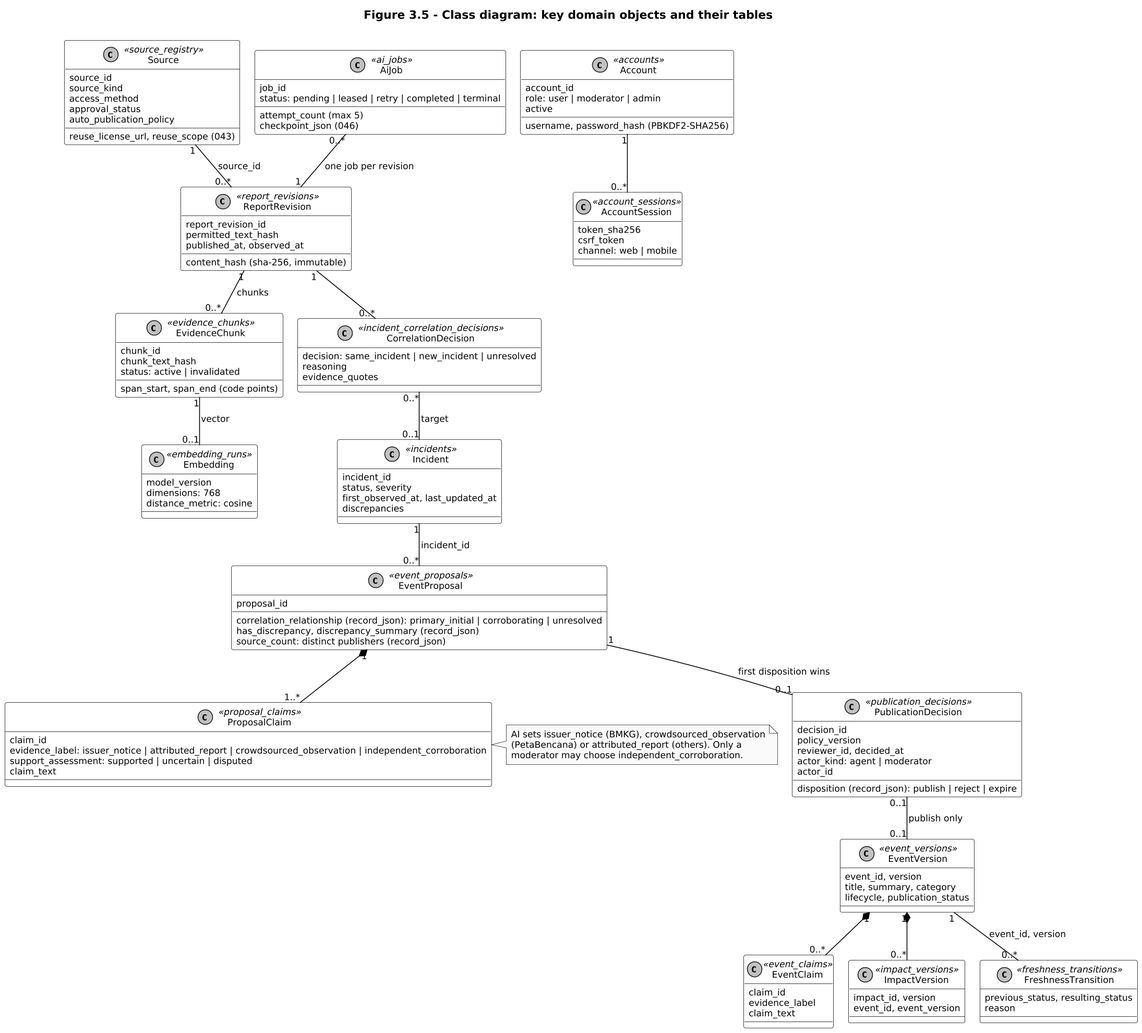
The PlantUML diagram docs/report/diagrams/rendered/fig-3-5-class.png in Asassinoooo/Waspada-Jakarta, before a commit. Its diagram source:
```plantuml
@startuml fig-3-5-class
!pragma layout smetana
skinparam dpi 150
skinparam monochrome true
skinparam shadowing false
skinparam defaultFontName Arial
skinparam defaultFontSize 11
skinparam classAttributeIconSize 0
skinparam class {
  BackgroundColor white
  BorderColor black
  ArrowColor black
}

title Figure 3.5 - Class diagram: key domain objects and their tables

class Source <<source_registry>> {
  source_id
  source_kind
  access_method
  approval_status
  auto_publication_policy
  reuse_license_url, reuse_scope (043)
}

class ReportRevision <<report_revisions>> {
  report_revision_id
  content_hash (sha-256, immutable)
  permitted_text_hash
  published_at, observed_at
}

class EvidenceChunk <<evidence_chunks>> {
  chunk_id
  span_start, span_end (code points)
  chunk_text_hash
  status: active | invalidated
}

class Embedding <<embedding_runs>> {
  model_version
  dimensions: 768
  distance_metric: cosine
}

class AiJob <<ai_jobs>> {
  job_id
  status: pending | leased | retry | completed | terminal
  attempt_count (max 5)
  checkpoint_json (046)
}

class CorrelationDecision <<incident_correlation_decisions>> {
  decision: same_incident | new_incident | unresolved
  reasoning
  evidence_quotes
}

class Incident <<incidents>> {
  incident_id
  status, severity
  first_observed_at, last_updated_at
  discrepancies
}

class EventProposal <<event_proposals>> {
  proposal_id
  correlation_relationship (record_json): primary_initial | corroborating | unresolved
  has_discrepancy, discrepancy_summary (record_json)
  source_count: distinct publishers (record_json)
}

class ProposalClaim <<proposal_claims>> {
  claim_id
  evidence_label: issuer_notice | attributed_report | crowdsourced_observation | independent_corroboration
  support_assessment: supported | uncertain | disputed
  claim_text
}

note right of ProposalClaim
  AI sets issuer_notice (BMKG), crowdsourced_observation
  (PetaBencana) or attributed_report (others). Only a
  moderator may choose independent_corroboration.
end note

class PublicationDecision <<publication_decisions>> {
  decision_id
  policy_version
  reviewer_id, decided_at
  disposition (record_json): publish | reject | expire
  actor_kind: agent | moderator
  actor_id
}

class EventVersion <<event_versions>> {
  event_id, version
  title, summary, category
  lifecycle, publication_status
}

class EventClaim <<event_claims>> {
  claim_id
  evidence_label
  claim_text
}

class ImpactVersion <<impact_versions>> {
  impact_id, version
  event_id, event_version
}

class FreshnessTransition <<freshness_transitions>> {
  previous_status, resulting_status
  reason
}

class Account <<accounts>> {
  account_id
  username, password_hash (PBKDF2-SHA256)
  role: user | moderator | admin
  active
}

class AccountSession <<account_sessions>> {
  token_sha256
  csrf_token
  channel: web | mobile
}

Source "1" -- "0..*" ReportRevision : source_id
ReportRevision "1" -- "0..*" EvidenceChunk : chunks
EvidenceChunk "1" -- "0..1" Embedding : vector
AiJob "0..*" -- "1" ReportRevision : one job per revision
ReportRevision "1" -- "0..*" CorrelationDecision
CorrelationDecision "0..*" -- "0..1" Incident : target
Incident "1" -- "0..*" EventProposal : incident_id
EventProposal "1" *-- "1..*" ProposalClaim
EventProposal "1" -- "0..1" PublicationDecision : first disposition wins
PublicationDecision "0..1" -- "0..1" EventVersion : publish only
EventVersion "1" *-- "0..*" EventClaim
EventVersion "1" *-- "0..*" ImpactVersion
EventVersion "1" -- "0..*" FreshnessTransition : event_id, version
Account "1" -- "0..*" AccountSession

@enduml
```
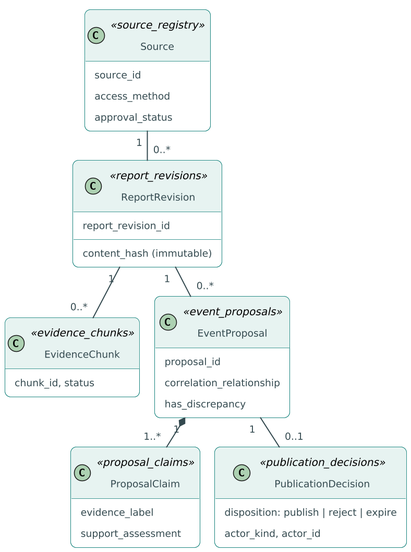
Above is the later version.

The edit, as a diff of the source:
```diff
@@ -1,145 +1,36 @@
 @startuml fig-3-5-class
-!pragma layout smetana
-skinparam dpi 150
-skinparam monochrome true
-skinparam shadowing false
-skinparam defaultFontName Arial
-skinparam defaultFontSize 11
-skinparam classAttributeIconSize 0
-skinparam class {
-  BackgroundColor white
-  BorderColor black
-  ArrowColor black
-}
-
-title Figure 3.5 - Class diagram: key domain objects and their tables
+!include theme/waspada-report.theme.puml
+hide empty members
 
 class Source <<source_registry>> {
   source_id
-  source_kind
   access_method
   approval_status
-  auto_publication_policy
-  reuse_license_url, reuse_scope (043)
+}
+class ReportRevision <<report_revisions>> {
+  report_revision_id
+  content_hash (immutable)
+}
+class EvidenceChunk <<evidence_chunks>> {
+  chunk_id, status
+}
+class EventProposal <<event_proposals>> {
+  proposal_id
+  correlation_relationship
+  has_discrepancy
+}
+class ProposalClaim <<proposal_claims>> {
+  evidence_label
+  support_assessment
+}
+class PublicationDecision <<publication_decisions>> {
+  disposition: publish | reject | expire
+  actor_kind, actor_id
 }
 
-class ReportRevision <<report_revisions>> {
-  report_revision_id
-  content_hash (sha-256, immutable)
-  permitted_text_hash
-  published_at, observed_at
-}
-
-class EvidenceChunk <<evidence_chunks>> {
-  chunk_id
-  span_start, span_end (code points)
-  chunk_text_hash
-  status: active | invalidated
-}
-
-class Embedding <<embedding_runs>> {
-  model_version
-  dimensions: 768
-  distance_metric: cosine
-}
-
-class AiJob <<ai_jobs>> {
-  job_id
-  status: pending | leased | retry | completed | terminal
-  attempt_count (max 5)
-  checkpoint_json (046)
-}
-
-class CorrelationDecision <<incident_correlation_decisions>> {
-  decision: same_incident | new_incident | unresolved
-  reasoning
-  evidence_quotes
-}
-
-class Incident <<incidents>> {
-  incident_id
-  status, severity
-  first_observed_at, last_updated_at
-  discrepancies
-}
-
-class EventProposal <<event_proposals>> {
-  proposal_id
-  correlation_relationship (record_json): primary_initial | corroborating | unresolved
-  has_discrepancy, discrepancy_summary (record_json)
-  source_count: distinct publishers (record_json)
-}
-
-class ProposalClaim <<proposal_claims>> {
-  claim_id
-  evidence_label: issuer_notice | attributed_report | crowdsourced_observation | independent_corroboration
-  support_assessment: supported | uncertain | disputed
-  claim_text
-}
-
-note right of ProposalClaim
-  AI sets issuer_notice (BMKG), crowdsourced_observation
-  (PetaBencana) or attributed_report (others). Only a
-  moderator may choose independent_corroboration.
-end note
-
-class PublicationDecision <<publication_decisions>> {
-  decision_id
-  policy_version
-  reviewer_id, decided_at
-  disposition (record_json): publish | reject | expire
-  actor_kind: agent | moderator
-  actor_id
-}
-
-class EventVersion <<event_versions>> {
-  event_id, version
-  title, summary, category
-  lifecycle, publication_status
-}
-
-class EventClaim <<event_claims>> {
-  claim_id
-  evidence_label
-  claim_text
-}
-
-class ImpactVersion <<impact_versions>> {
-  impact_id, version
-  event_id, event_version
-}
-
-class FreshnessTransition <<freshness_transitions>> {
-  previous_status, resulting_status
-  reason
-}
-
-class Account <<accounts>> {
-  account_id
-  username, password_hash (PBKDF2-SHA256)
-  role: user | moderator | admin
-  active
-}
-
-class AccountSession <<account_sessions>> {
-  token_sha256
-  csrf_token
-  channel: web | mobile
-}
-
-Source "1" -- "0..*" ReportRevision : source_id
-ReportRevision "1" -- "0..*" EvidenceChunk : chunks
-EvidenceChunk "1" -- "0..1" Embedding : vector
-AiJob "0..*" -- "1" ReportRevision : one job per revision
-ReportRevision "1" -- "0..*" CorrelationDecision
-CorrelationDecision "0..*" -- "0..1" Incident : target
-Incident "1" -- "0..*" EventProposal : incident_id
+Source "1" -- "0..*" ReportRevision
+ReportRevision "1" -- "0..*" EvidenceChunk
+ReportRevision "1" -- "0..*" EventProposal
 EventProposal "1" *-- "1..*" ProposalClaim
-EventProposal "1" -- "0..1" PublicationDecision : first disposition wins
-PublicationDecision "0..1" -- "0..1" EventVersion : publish only
-EventVersion "1" *-- "0..*" EventClaim
-EventVersion "1" *-- "0..*" ImpactVersion
-EventVersion "1" -- "0..*" FreshnessTransition : event_id, version
-Account "1" -- "0..*" AccountSession
-
+EventProposal "1" -- "0..1" PublicationDecision
 @enduml
```
